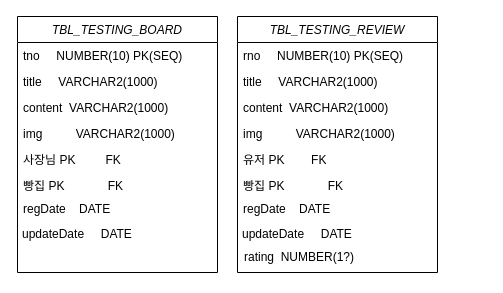
This is Untitled Diagram.drawio from yeahdy/pangyapangya, a draw.io file, before an edit. Source tidied: cells renumbered, new cells numbered last; positions are measured from the earlier drawing's top-left corner, leaving out a move shared by most shapes. Both pictures are drawn from the tidied source at 100%, with x=0, y=0 at pixel (16, 16).
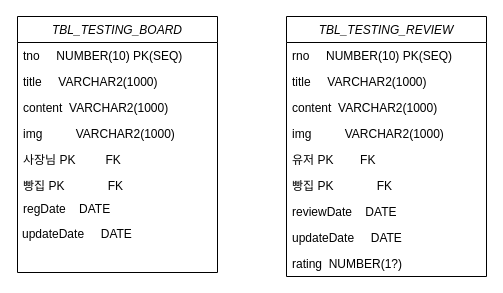
The same diagram, later.

What changed in the source:
```diff
@@
     <mxCell id="11" value="TBL_TESTING_REVIEW" style="swimlane;fontStyle=2;align=center;verticalAlign=top;horizontal=1;startSize=26;rounded=0;shadow=0;strokeWidth=1;" parent="1" vertex="1">
-      <mxGeometry x="221" width="200" height="256" as="geometry" />
+      <mxGeometry x="270" width="200" height="260" as="geometry" />
     </mxCell>
@@
-    <mxCell id="18" value="regDate    DATE" style="text;align=left;verticalAlign=top;spacingLeft=4;spacingRight=4;overflow=hidden;rounded=0;shadow=0;html=0;" parent="1" vertex="1">
-      <mxGeometry x="221" y="179" width="160" height="26" as="geometry" />
+    <mxCell id="18" value="reviewDate    DATE" style="text;align=left;verticalAlign=top;spacingLeft=4;spacingRight=4;overflow=hidden;rounded=0;shadow=0;html=0;" parent="11" vertex="1">
+      <mxGeometry y="182" width="200" height="26" as="geometry" />
     </mxCell>
-    <mxCell id="19" value="updateDate     DATE" style="text;align=left;verticalAlign=top;spacingLeft=4;spacingRight=4;overflow=hidden;rounded=0;shadow=0;html=0;" parent="1" vertex="1">
-      <mxGeometry x="220" y="204" width="160" height="26" as="geometry" />
+    <mxCell id="19" value="updateDate     DATE" style="text;align=left;verticalAlign=top;spacingLeft=4;spacingRight=4;overflow=hidden;rounded=0;shadow=0;html=0;" parent="11" vertex="1">
+      <mxGeometry y="208" width="200" height="26" as="geometry" />
     </mxCell>
-    <mxCell id="20" value="rating  NUMBER(1?)" style="text;align=left;verticalAlign=top;spacingLeft=4;spacingRight=4;overflow=hidden;rounded=0;shadow=0;html=0;" parent="1" vertex="1">
-      <mxGeometry x="222" y="227" width="160" height="26" as="geometry" />
+    <mxCell id="20" value="rating  NUMBER(1?)" style="text;align=left;verticalAlign=top;spacingLeft=4;spacingRight=4;overflow=hidden;rounded=0;shadow=0;html=0;" parent="11" vertex="1">
+      <mxGeometry y="234" width="200" height="26" as="geometry" />
     </mxCell>
```
